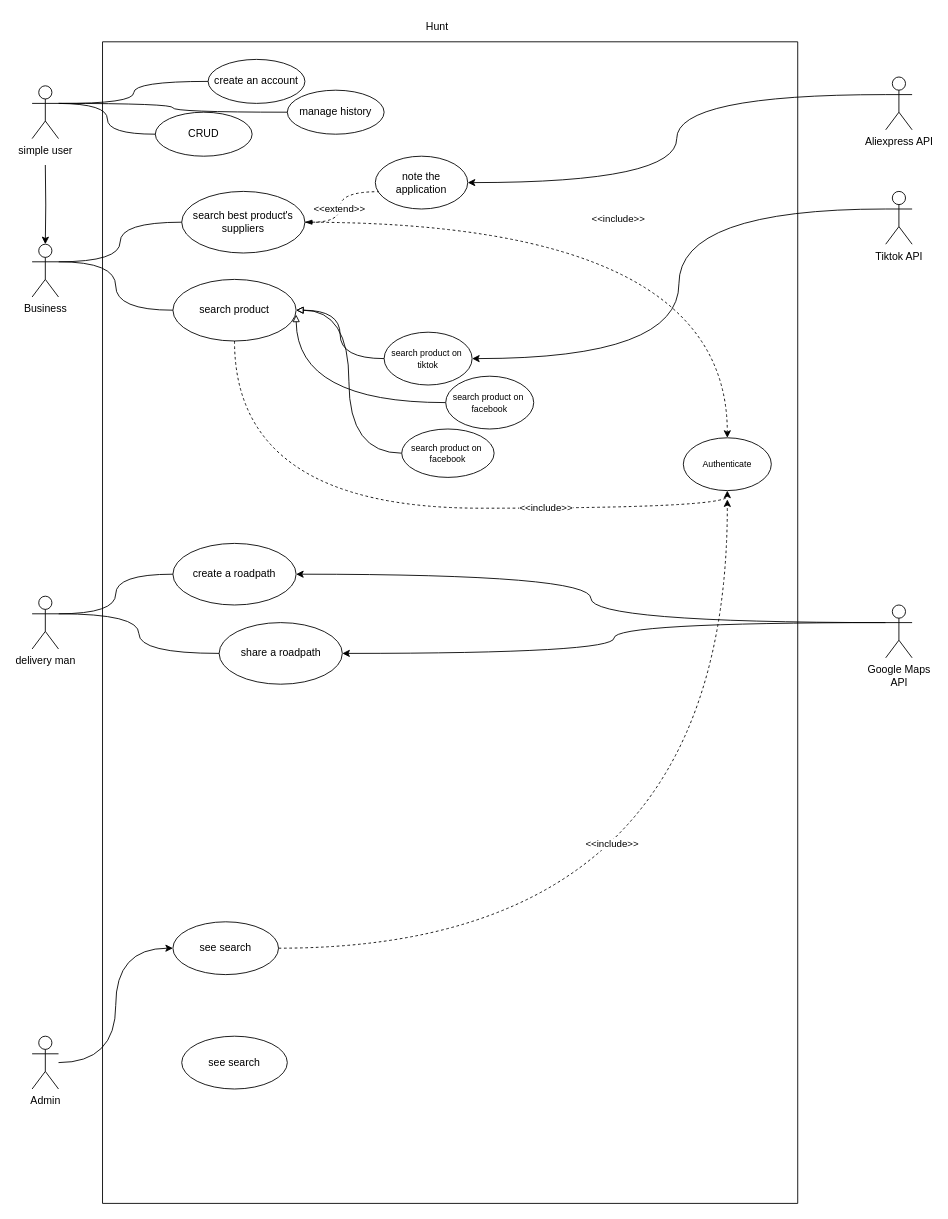
The draw.io diagram page "UML diagrams" (1 of 2) of Diagramme sans nom.drawio in Valeryio/System-Draws, before the edit. Source tidied: cells renumbered, new cells numbered last; positions are measured from the earlier drawing's top-left corner, leaving out a move shared by most shapes. Both pictures are drawn from the tidied source at 88%, with x=0, y=0 at pixel (32, 15).
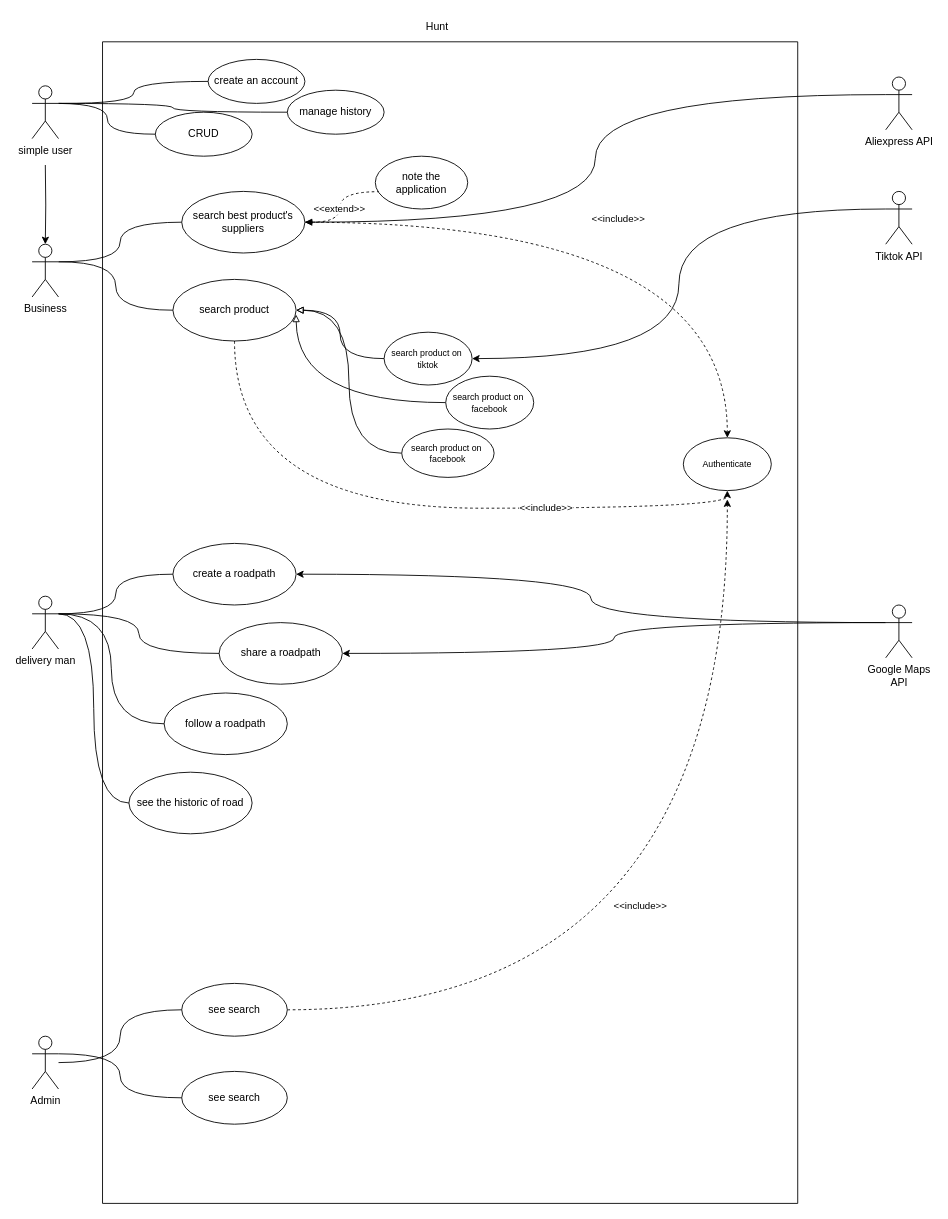
After the change.

Commit message:
Mettre à jour Diagramme sans nom.drawio

The change refers to these unchanged cells:
```xml
<mxCell id="3" style="swimlane;startSize=0;" parent="1" vertex="1">
  <mxGeometry x="80" y="30" width="790" height="1320" as="geometry" />
</mxCell>
<mxCell id="7" value="search best&amp;nbsp;product's suppliers" style="ellipse;whiteSpace=wrap;html=1;" parent="3" vertex="1">
  <mxGeometry x="90" y="170" width="140" height="70" as="geometry" />
</mxCell>
<mxCell id="21" value="note the application" style="ellipse;whiteSpace=wrap;html=1;" parent="3" vertex="1">
  <mxGeometry x="310" y="130" width="105" height="60" as="geometry" />
</mxCell>
<mxCell id="39" value="delivery man" style="shape=umlActor;verticalLabelPosition=bottom;verticalAlign=top;html=1;outlineConnect=0;" parent="1" vertex="1">
  <mxGeometry y="660" width="30" height="60" as="geometry" />
</mxCell>
<mxCell id="46" value="Admin" style="shape=umlActor;verticalLabelPosition=bottom;verticalAlign=top;html=1;outlineConnect=0;" parent="1" vertex="1">
  <mxGeometry y="1160" width="30" height="60" as="geometry" />
</mxCell>
<mxCell id="48" value="Aliexpress API" style="shape=umlActor;verticalLabelPosition=bottom;verticalAlign=top;html=1;outlineConnect=0;" parent="1" vertex="1">
  <mxGeometry x="970" y="70" width="30" height="60" as="geometry" />
</mxCell>
```

The edit, as a diff of the source:
```diff
@@
     <mxCell id="26" value="see search" style="ellipse;whiteSpace=wrap;html=1;" parent="3" vertex="1">
-      <mxGeometry x="80" y="1000" width="120" height="60" as="geometry" />
+      <mxGeometry x="90" y="1070" width="120" height="60" as="geometry" />
     </mxCell>
@@
     <mxCell id="28" value="see search" style="ellipse;whiteSpace=wrap;html=1;" parent="3" vertex="1">
-      <mxGeometry x="90" y="1130" width="120" height="60" as="geometry" />
+      <mxGeometry x="90" y="1170" width="120" height="60" as="geometry" />
     </mxCell>
+    <mxCell id="49" value="follow a roadpath" style="ellipse;whiteSpace=wrap;html=1;" parent="3" vertex="1">
+      <mxGeometry x="70" y="740" width="140" height="70" as="geometry" />
+    </mxCell>
+    <mxCell id="50" value="see the historic of road" style="ellipse;whiteSpace=wrap;html=1;" parent="3" vertex="1">
+      <mxGeometry x="30" y="830" width="140" height="70" as="geometry" />
+    </mxCell>
@@
+    <mxCell id="51" style="edgeStyle=orthogonalEdgeStyle;rounded=0;jettySize=auto;html=1;exitX=1;exitY=0.3333333333333333;exitDx=0;exitDy=0;exitPerimeter=0;entryX=0;entryY=0.5;entryDx=0;entryDy=0;curved=1;endArrow=none;endFill=0;" parent="1" edge="1" source="39" target="49">
+      <mxGeometry relative="1" as="geometry" />
+    </mxCell>
+    <mxCell id="52" style="edgeStyle=orthogonalEdgeStyle;rounded=0;jettySize=auto;html=1;exitX=1;exitY=0.3333333333333333;exitDx=0;exitDy=0;exitPerimeter=0;entryX=0;entryY=0.5;entryDx=0;entryDy=0;curved=1;endArrow=none;endFill=0;" parent="1" edge="1" source="39" target="50">
+      <mxGeometry relative="1" as="geometry" />
+    </mxCell>
@@
+    <mxCell id="53" style="edgeStyle=orthogonalEdgeStyle;rounded=0;jettySize=auto;html=1;exitX=1;exitY=0.3333333333333333;exitDx=0;exitDy=0;exitPerimeter=0;entryX=0;entryY=0.5;entryDx=0;entryDy=0;curved=1;endArrow=none;endFill=0;" parent="1" edge="1" source="46" target="28">
+      <mxGeometry relative="1" as="geometry" />
+    </mxCell>
-    <mxCell id="45" style="edgeStyle=orthogonalEdgeStyle;rounded=0;jettySize=auto;html=1;entryX=0;entryY=0.5;entryDx=0;entryDy=0;curved=1;" parent="1" edge="1" source="46" target="26">
+    <mxCell id="45" style="edgeStyle=orthogonalEdgeStyle;rounded=0;jettySize=auto;html=1;endArrow=none;endFill=0;curved=1;" parent="1" edge="1" source="46" target="26">
       <mxGeometry relative="1" as="geometry" />
     </mxCell>
@@
-    <mxCell id="47" style="edgeStyle=orthogonalEdgeStyle;rounded=0;jettySize=auto;html=1;exitX=0;exitY=0.3333333333333333;exitDx=0;exitDy=0;exitPerimeter=0;entryX=1;entryY=0.5;entryDx=0;entryDy=0;curved=1;" parent="1" edge="1" source="48" target="21">
-      <mxGeometry relative="1" as="geometry" />
-    </mxCell>
+    <mxCell id="54" style="edgeStyle=orthogonalEdgeStyle;rounded=0;jettySize=auto;html=1;exitX=0;exitY=0.3333333333333333;exitDx=0;exitDy=0;exitPerimeter=0;entryX=1;entryY=0.5;entryDx=0;entryDy=0;curved=1;" parent="1" edge="1" source="48" target="7">
+      <mxGeometry relative="1" as="geometry" />
+    </mxCell>
```
